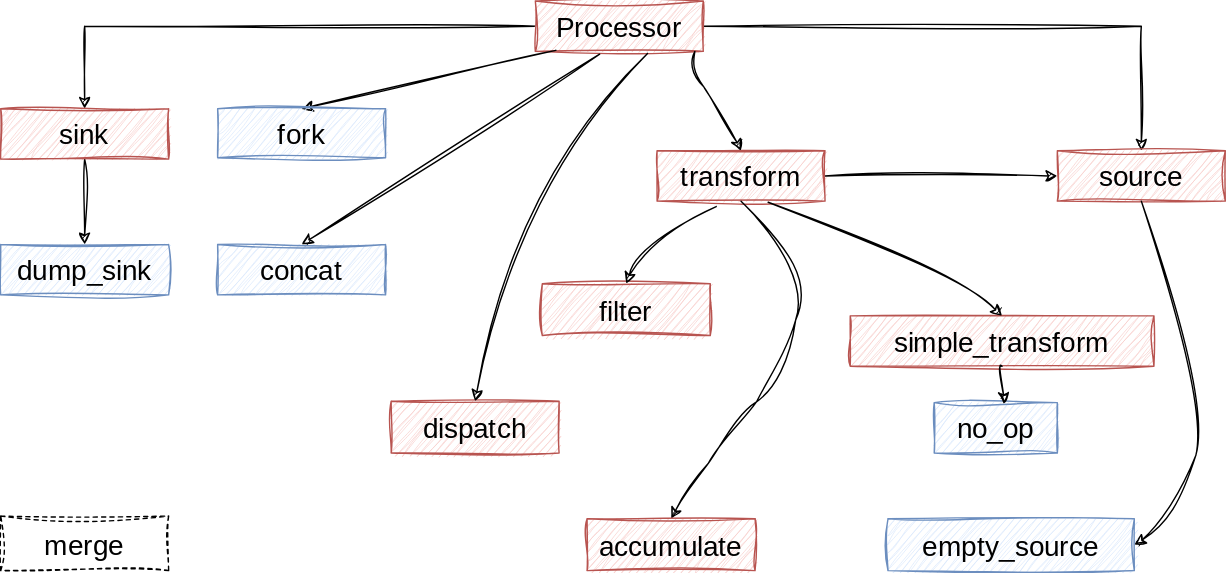
Earlier version of the draw.io export nodes.drawio.svg (chloro-pn/draw_io_repo). Source tidied: cells renumbered, new cells last; positions are measured from the earlier drawing's top-left corner, leaving out a move shared by most shapes. The source it was exported from:
```xml
<mxGraphModel>
  <root>
    <mxCell id="0" />
    <mxCell id="1" parent="0" />
    <mxCell id="2" style="edgeStyle=orthogonalEdgeStyle;rounded=0;sketch=1;hachureGap=4;jiggle=2;curveFitting=1;jettySize=auto;html=1;fontFamily=Architects Daughter;fontSource=https%3A%2F%2Ffonts.googleapis.com%2Fcss%3Ffamily%3DArchitects%2BDaughter;fontSize=16;" parent="1" edge="1" source="4" target="8">
      <mxGeometry relative="1" as="geometry" />
    </mxCell>
    <mxCell id="3" style="edgeStyle=orthogonalEdgeStyle;rounded=0;sketch=1;hachureGap=4;jiggle=2;curveFitting=1;jettySize=auto;html=1;fontFamily=Architects Daughter;fontSource=https%3A%2F%2Ffonts.googleapis.com%2Fcss%3Ffamily%3DArchitects%2BDaughter;fontSize=16;" parent="1" edge="1" source="4" target="9">
      <mxGeometry relative="1" as="geometry" />
    </mxCell>
    <mxCell id="4" value="Processor" style="rounded=0;whiteSpace=wrap;html=1;sketch=1;hachureGap=4;jiggle=2;curveFitting=1;fontFamily=Architects Daughter;fontSource=https%3A%2F%2Ffonts.googleapis.com%2Fcss%3Ffamily%3DArchitects%2BDaughter;fontSize=20;fillColor=#f8cecc;strokeColor=#b85450;" parent="1" vertex="1">
      <mxGeometry x="382" width="120" height="36" as="geometry" />
    </mxCell>
    <mxCell id="5" style="edgeStyle=orthogonalEdgeStyle;rounded=0;sketch=1;hachureGap=4;jiggle=2;curveFitting=1;jettySize=auto;html=1;fontFamily=Architects Daughter;fontSource=https%3A%2F%2Ffonts.googleapis.com%2Fcss%3Ffamily%3DArchitects%2BDaughter;fontSize=16;" parent="1" edge="1" source="6" target="9">
      <mxGeometry relative="1" as="geometry" />
    </mxCell>
    <mxCell id="6" value="transform" style="rounded=0;whiteSpace=wrap;html=1;sketch=1;hachureGap=4;jiggle=2;curveFitting=1;fontFamily=Architects Daughter;fontSource=https%3A%2F%2Ffonts.googleapis.com%2Fcss%3Ffamily%3DArchitects%2BDaughter;fontSize=20;fillColor=#f8cecc;strokeColor=#b85450;" parent="1" vertex="1">
      <mxGeometry x="469" y="107" width="120" height="36" as="geometry" />
    </mxCell>
    <mxCell id="7" style="edgeStyle=orthogonalEdgeStyle;rounded=0;sketch=1;hachureGap=4;jiggle=2;curveFitting=1;jettySize=auto;html=1;fontFamily=Architects Daughter;fontSource=https%3A%2F%2Ffonts.googleapis.com%2Fcss%3Ffamily%3DArchitects%2BDaughter;fontSize=16;" parent="1" edge="1" source="8" target="11">
      <mxGeometry relative="1" as="geometry" />
    </mxCell>
    <mxCell id="8" value="sink" style="rounded=0;whiteSpace=wrap;html=1;sketch=1;hachureGap=4;jiggle=2;curveFitting=1;fontFamily=Architects Daughter;fontSource=https%3A%2F%2Ffonts.googleapis.com%2Fcss%3Ffamily%3DArchitects%2BDaughter;fontSize=20;fillColor=#f8cecc;strokeColor=#b85450;" parent="1" vertex="1">
      <mxGeometry y="77" width="120" height="36" as="geometry" />
    </mxCell>
    <mxCell id="9" value="source" style="rounded=0;whiteSpace=wrap;html=1;sketch=1;hachureGap=4;jiggle=2;curveFitting=1;fontFamily=Architects Daughter;fontSource=https%3A%2F%2Ffonts.googleapis.com%2Fcss%3Ffamily%3DArchitects%2BDaughter;fontSize=20;fillColor=#f8cecc;strokeColor=#b85450;" parent="1" vertex="1">
      <mxGeometry x="755" y="107" width="120" height="36" as="geometry" />
    </mxCell>
    <mxCell id="10" value="simple_transform" style="rounded=0;whiteSpace=wrap;html=1;sketch=1;hachureGap=4;jiggle=2;curveFitting=1;fontFamily=Architects Daughter;fontSource=https%3A%2F%2Ffonts.googleapis.com%2Fcss%3Ffamily%3DArchitects%2BDaughter;fontSize=20;fillColor=#f8cecc;strokeColor=#b85450;" parent="1" vertex="1">
      <mxGeometry x="607" y="225" width="217" height="36" as="geometry" />
    </mxCell>
    <mxCell id="11" value="dump_sink" style="rounded=0;whiteSpace=wrap;html=1;sketch=1;hachureGap=4;jiggle=2;curveFitting=1;fontFamily=Architects Daughter;fontSource=https%3A%2F%2Ffonts.googleapis.com%2Fcss%3Ffamily%3DArchitects%2BDaughter;fontSize=20;fillColor=#dae8fc;strokeColor=#6c8ebf;" parent="1" vertex="1">
      <mxGeometry y="174" width="120" height="36" as="geometry" />
    </mxCell>
    <mxCell id="12" value="no_op" style="rounded=0;whiteSpace=wrap;html=1;sketch=1;hachureGap=4;jiggle=2;curveFitting=1;fontFamily=Architects Daughter;fontSource=https%3A%2F%2Ffonts.googleapis.com%2Fcss%3Ffamily%3DArchitects%2BDaughter;fontSize=20;fillColor=#dae8fc;strokeColor=#6c8ebf;" parent="1" vertex="1">
      <mxGeometry x="667" y="287" width="88" height="36" as="geometry" />
    </mxCell>
    <mxCell id="13" style="endArrow=classic;html=1;rounded=0;sketch=1;hachureGap=4;jiggle=2;curveFitting=1;fontFamily=Architects Daughter;fontSource=https%3A%2F%2Ffonts.googleapis.com%2Fcss%3Ffamily%3DArchitects%2BDaughter;fontSize=16;exitX=0.122;exitY=0.979;exitDx=0;exitDy=0;exitPerimeter=0;entryX=0.5;entryY=0;entryDx=0;entryDy=0;" parent="1" edge="1" source="4" target="14">
      <mxGeometry relative="1" as="geometry" />
    </mxCell>
    <mxCell id="14" value="fork" style="rounded=0;whiteSpace=wrap;html=1;sketch=1;hachureGap=4;jiggle=2;curveFitting=1;fontFamily=Architects Daughter;fontSource=https%3A%2F%2Ffonts.googleapis.com%2Fcss%3Ffamily%3DArchitects%2BDaughter;fontSize=20;fillColor=#dae8fc;strokeColor=#6c8ebf;" parent="1" vertex="1">
      <mxGeometry x="155" y="77" width="120" height="35" as="geometry" />
    </mxCell>
    <mxCell id="15" style="curved=1;endArrow=classic;html=1;rounded=0;sketch=1;hachureGap=4;jiggle=2;curveFitting=1;fontFamily=Architects Daughter;fontSource=https%3A%2F%2Ffonts.googleapis.com%2Fcss%3Ffamily%3DArchitects%2BDaughter;fontSize=16;entryX=0.5;entryY=0;entryDx=0;entryDy=0;" parent="1" edge="1" target="6">
      <mxGeometry relative="1" as="geometry">
        <mxPoint x="496" y="36" as="sourcePoint" />
        <Array as="points">
          <mxPoint x="492" y="49" />
          <mxPoint x="513" y="74" />
        </Array>
      </mxGeometry>
    </mxCell>
    <mxCell id="16" style="endArrow=classic;html=1;rounded=0;sketch=1;hachureGap=4;jiggle=2;curveFitting=1;fontFamily=Architects Daughter;fontSource=https%3A%2F%2Ffonts.googleapis.com%2Fcss%3Ffamily%3DArchitects%2BDaughter;fontSize=16;exitX=0.383;exitY=1.056;exitDx=0;exitDy=0;exitPerimeter=0;entryX=0.5;entryY=0;entryDx=0;entryDy=0;" parent="1" edge="1" source="4" target="17">
      <mxGeometry relative="1" as="geometry" />
    </mxCell>
    <mxCell id="17" value="concat" style="rounded=0;whiteSpace=wrap;html=1;sketch=1;hachureGap=4;jiggle=2;curveFitting=1;fontFamily=Architects Daughter;fontSource=https%3A%2F%2Ffonts.googleapis.com%2Fcss%3Ffamily%3DArchitects%2BDaughter;fontSize=20;fillColor=#dae8fc;strokeColor=#6c8ebf;" parent="1" vertex="1">
      <mxGeometry x="155" y="174" width="120" height="36" as="geometry" />
    </mxCell>
    <mxCell id="18" value="dispatch" style="rounded=0;whiteSpace=wrap;html=1;sketch=1;hachureGap=4;jiggle=2;curveFitting=1;fontFamily=Architects Daughter;fontSource=https%3A%2F%2Ffonts.googleapis.com%2Fcss%3Ffamily%3DArchitects%2BDaughter;fontSize=20;fillColor=#f8cecc;strokeColor=#b85450;" parent="1" vertex="1">
      <mxGeometry x="279" y="286" width="120" height="37" as="geometry" />
    </mxCell>
    <mxCell id="19" style="curved=1;endArrow=classic;html=1;rounded=0;sketch=1;hachureGap=4;jiggle=2;curveFitting=1;fontFamily=Architects Daughter;fontSource=https%3A%2F%2Ffonts.googleapis.com%2Fcss%3Ffamily%3DArchitects%2BDaughter;fontSize=16;exitX=0.668;exitY=1.042;exitDx=0;exitDy=0;exitPerimeter=0;entryX=0.5;entryY=0;entryDx=0;entryDy=0;" parent="1" edge="1" source="4" target="18">
      <mxGeometry relative="1" as="geometry">
        <Array as="points">
          <mxPoint x="367" y="130" />
        </Array>
      </mxGeometry>
    </mxCell>
    <mxCell id="20" value="filter" style="rounded=0;whiteSpace=wrap;html=1;sketch=1;hachureGap=4;jiggle=2;curveFitting=1;fontFamily=Architects Daughter;fontSource=https%3A%2F%2Ffonts.googleapis.com%2Fcss%3Ffamily%3DArchitects%2BDaughter;fontSize=20;fillColor=#f8cecc;strokeColor=#b85450;" parent="1" vertex="1">
      <mxGeometry x="387" y="202" width="120" height="37" as="geometry" />
    </mxCell>
    <mxCell id="21" value="merge" style="rounded=0;whiteSpace=wrap;html=1;sketch=1;hachureGap=4;jiggle=2;curveFitting=1;fontFamily=Architects Daughter;fontSource=https%3A%2F%2Ffonts.googleapis.com%2Fcss%3Ffamily%3DArchitects%2BDaughter;fontSize=20;dashed=1;" parent="1" vertex="1">
      <mxGeometry y="368" width="120" height="39" as="geometry" />
    </mxCell>
    <mxCell id="22" style="curved=1;endArrow=classic;html=1;rounded=0;sketch=1;hachureGap=4;jiggle=2;curveFitting=1;fontFamily=Architects Daughter;fontSource=https%3A%2F%2Ffonts.googleapis.com%2Fcss%3Ffamily%3DArchitects%2BDaughter;fontSize=16;exitX=0.5;exitY=1;exitDx=0;exitDy=0;entryX=1;entryY=0.5;entryDx=0;entryDy=0;" parent="1" edge="1" source="9" target="23">
      <mxGeometry relative="1" as="geometry">
        <Array as="points">
          <mxPoint x="866" y="280" />
          <mxPoint x="842" y="369" />
        </Array>
      </mxGeometry>
    </mxCell>
    <mxCell id="23" value="empty_source" style="rounded=0;whiteSpace=wrap;html=1;sketch=1;hachureGap=4;jiggle=2;curveFitting=1;fontFamily=Architects Daughter;fontSource=https%3A%2F%2Ffonts.googleapis.com%2Fcss%3Ffamily%3DArchitects%2BDaughter;fontSize=20;fillColor=#dae8fc;strokeColor=#6c8ebf;" parent="1" vertex="1">
      <mxGeometry x="634" y="370" width="176" height="37" as="geometry" />
    </mxCell>
    <mxCell id="24" style="curved=1;endArrow=classic;html=1;rounded=0;sketch=1;hachureGap=4;jiggle=2;curveFitting=1;fontFamily=Architects Daughter;fontSource=https%3A%2F%2Ffonts.googleapis.com%2Fcss%3Ffamily%3DArchitects%2BDaughter;fontSize=16;exitX=0.5;exitY=1;exitDx=0;exitDy=0;entryX=0.567;entryY=0.028;entryDx=0;entryDy=0;entryPerimeter=0;" parent="1" edge="1" source="10" target="12">
      <mxGeometry relative="1" as="geometry" />
    </mxCell>
    <mxCell id="25" style="curved=1;endArrow=classic;html=1;rounded=0;sketch=1;hachureGap=4;jiggle=2;curveFitting=1;fontFamily=Architects Daughter;fontSource=https%3A%2F%2Ffonts.googleapis.com%2Fcss%3Ffamily%3DArchitects%2BDaughter;fontSize=16;exitX=0.661;exitY=1.022;exitDx=0;exitDy=0;entryX=0.5;entryY=0;entryDx=0;entryDy=0;exitPerimeter=0;" parent="1" edge="1" source="6" target="10">
      <mxGeometry relative="1" as="geometry">
        <Array as="points">
          <mxPoint x="684" y="196" />
        </Array>
      </mxGeometry>
    </mxCell>
    <mxCell id="26" style="curved=1;endArrow=classic;html=1;rounded=0;sketch=1;hachureGap=4;jiggle=2;curveFitting=1;fontFamily=Architects Daughter;fontSource=https%3A%2F%2Ffonts.googleapis.com%2Fcss%3Ffamily%3DArchitects%2BDaughter;fontSize=16;exitX=0.5;exitY=1;exitDx=0;exitDy=0;entryX=0.5;entryY=0;entryDx=0;entryDy=0;" parent="1" edge="1" source="6" target="28">
      <mxGeometry relative="1" as="geometry">
        <Array as="points">
          <mxPoint x="580" y="189" />
          <mxPoint x="556" y="267" />
          <mxPoint x="524" y="306" />
          <mxPoint x="487" y="355" />
        </Array>
      </mxGeometry>
    </mxCell>
    <mxCell id="27" style="curved=1;endArrow=classic;html=1;rounded=0;sketch=1;hachureGap=4;jiggle=2;curveFitting=1;fontFamily=Architects Daughter;fontSource=https%3A%2F%2Ffonts.googleapis.com%2Fcss%3Ffamily%3DArchitects%2BDaughter;fontSize=16;exitX=0.352;exitY=1.108;exitDx=0;exitDy=0;exitPerimeter=0;entryX=0.5;entryY=0;entryDx=0;entryDy=0;" parent="1" edge="1" source="6" target="20">
      <mxGeometry relative="1" as="geometry">
        <Array as="points">
          <mxPoint x="457" y="174" />
        </Array>
      </mxGeometry>
    </mxCell>
    <mxCell id="28" value="accumulate" style="rounded=0;whiteSpace=wrap;html=1;sketch=1;hachureGap=4;jiggle=2;curveFitting=1;fontFamily=Architects Daughter;fontSource=https%3A%2F%2Ffonts.googleapis.com%2Fcss%3Ffamily%3DArchitects%2BDaughter;fontSize=20;fillColor=#f8cecc;strokeColor=#b85450;" parent="1" vertex="1">
      <mxGeometry x="419" y="370" width="120" height="37" as="geometry" />
    </mxCell>
  </root>
</mxGraphModel>
```
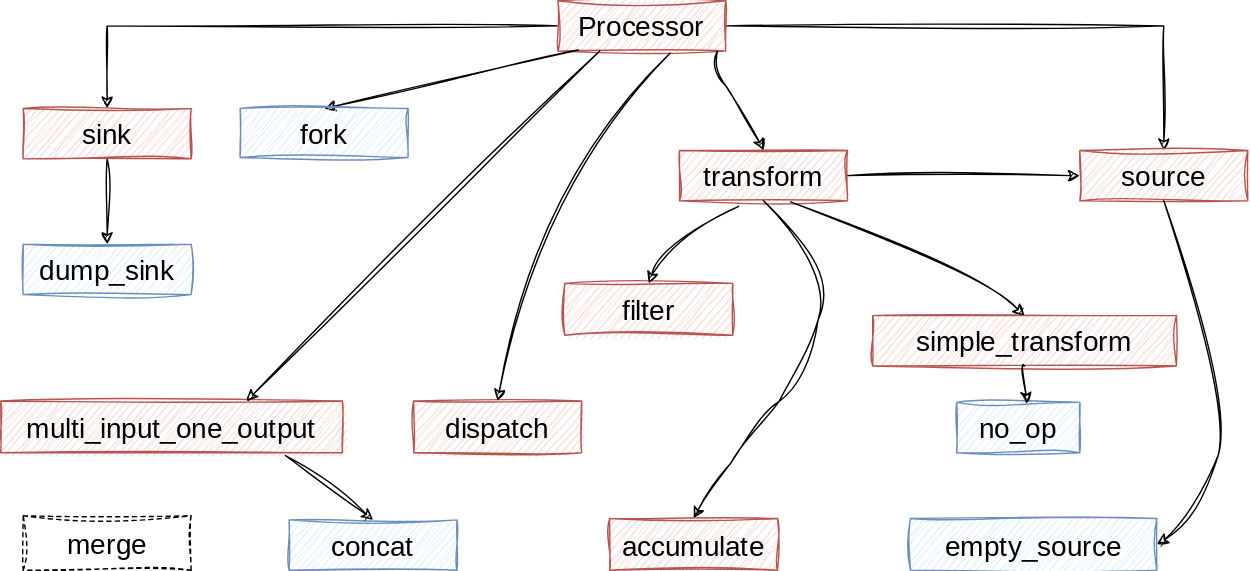
The same diagram one commit later.

What changed in the source:
```diff
@@ -50,11 +50,8 @@
         </Array>
       </mxGeometry>
     </mxCell>
-    <mxCell id="16" style="endArrow=classic;html=1;rounded=0;sketch=1;hachureGap=4;jiggle=2;curveFitting=1;fontFamily=Architects Daughter;fontSource=https%3A%2F%2Ffonts.googleapis.com%2Fcss%3Ffamily%3DArchitects%2BDaughter;fontSize=16;exitX=0.383;exitY=1.056;exitDx=0;exitDy=0;exitPerimeter=0;entryX=0.5;entryY=0;entryDx=0;entryDy=0;" parent="1" edge="1" source="4" target="17">
-      <mxGeometry relative="1" as="geometry" />
-    </mxCell>
     <mxCell id="17" value="concat" style="rounded=0;whiteSpace=wrap;html=1;sketch=1;hachureGap=4;jiggle=2;curveFitting=1;fontFamily=Architects Daughter;fontSource=https%3A%2F%2Ffonts.googleapis.com%2Fcss%3Ffamily%3DArchitects%2BDaughter;fontSize=20;fillColor=#dae8fc;strokeColor=#6c8ebf;" parent="1" vertex="1">
-      <mxGeometry x="155" y="174" width="120" height="36" as="geometry" />
+      <mxGeometry x="190" y="371" width="120" height="36" as="geometry" />
     </mxCell>
     <mxCell id="18" value="dispatch" style="rounded=0;whiteSpace=wrap;html=1;sketch=1;hachureGap=4;jiggle=2;curveFitting=1;fontFamily=Architects Daughter;fontSource=https%3A%2F%2Ffonts.googleapis.com%2Fcss%3Ffamily%3DArchitects%2BDaughter;fontSize=20;fillColor=#f8cecc;strokeColor=#b85450;" parent="1" vertex="1">
       <mxGeometry x="279" y="286" width="120" height="37" as="geometry" />
@@ -113,5 +110,18 @@
     <mxCell id="28" value="accumulate" style="rounded=0;whiteSpace=wrap;html=1;sketch=1;hachureGap=4;jiggle=2;curveFitting=1;fontFamily=Architects Daughter;fontSource=https%3A%2F%2Ffonts.googleapis.com%2Fcss%3Ffamily%3DArchitects%2BDaughter;fontSize=20;fillColor=#f8cecc;strokeColor=#b85450;" parent="1" vertex="1">
       <mxGeometry x="419" y="370" width="120" height="37" as="geometry" />
     </mxCell>
+    <mxCell id="29" value="multi_input_one_output" style="rounded=0;whiteSpace=wrap;html=1;sketch=1;hachureGap=4;jiggle=2;curveFitting=1;fontFamily=Architects Daughter;fontSource=https%3A%2F%2Ffonts.googleapis.com%2Fcss%3Ffamily%3DArchitects%2BDaughter;fontSize=20;fillColor=#f8cecc;strokeColor=#b85450;" parent="1" vertex="1">
+      <mxGeometry x="-16" y="286" width="244" height="37" as="geometry" />
+    </mxCell>
+    <mxCell id="30" style="endArrow=classic;html=1;rounded=0;sketch=1;hachureGap=4;jiggle=2;curveFitting=1;fontFamily=Architects Daughter;fontSource=https%3A%2F%2Ffonts.googleapis.com%2Fcss%3Ffamily%3DArchitects%2BDaughter;fontSize=16;exitX=0.25;exitY=1;exitDx=0;exitDy=0;entryX=0.719;entryY=0.003;entryDx=0;entryDy=0;entryPerimeter=0;" parent="1" edge="1" source="4" target="29">
+      <mxGeometry relative="1" as="geometry" />
+    </mxCell>
+    <mxCell id="31" style="curved=1;endArrow=classic;html=1;rounded=0;sketch=1;hachureGap=4;jiggle=2;curveFitting=1;fontFamily=Architects Daughter;fontSource=https%3A%2F%2Ffonts.googleapis.com%2Fcss%3Ffamily%3DArchitects%2BDaughter;fontSize=16;exitX=0.833;exitY=1.054;exitDx=0;exitDy=0;exitPerimeter=0;entryX=0.5;entryY=0;entryDx=0;entryDy=0;" parent="1" edge="1" source="29" target="17">
+      <mxGeometry relative="1" as="geometry">
+        <Array as="points">
+          <mxPoint x="218" y="345" />
+        </Array>
+      </mxGeometry>
+    </mxCell>
   </root>
 </mxGraphModel>
```
